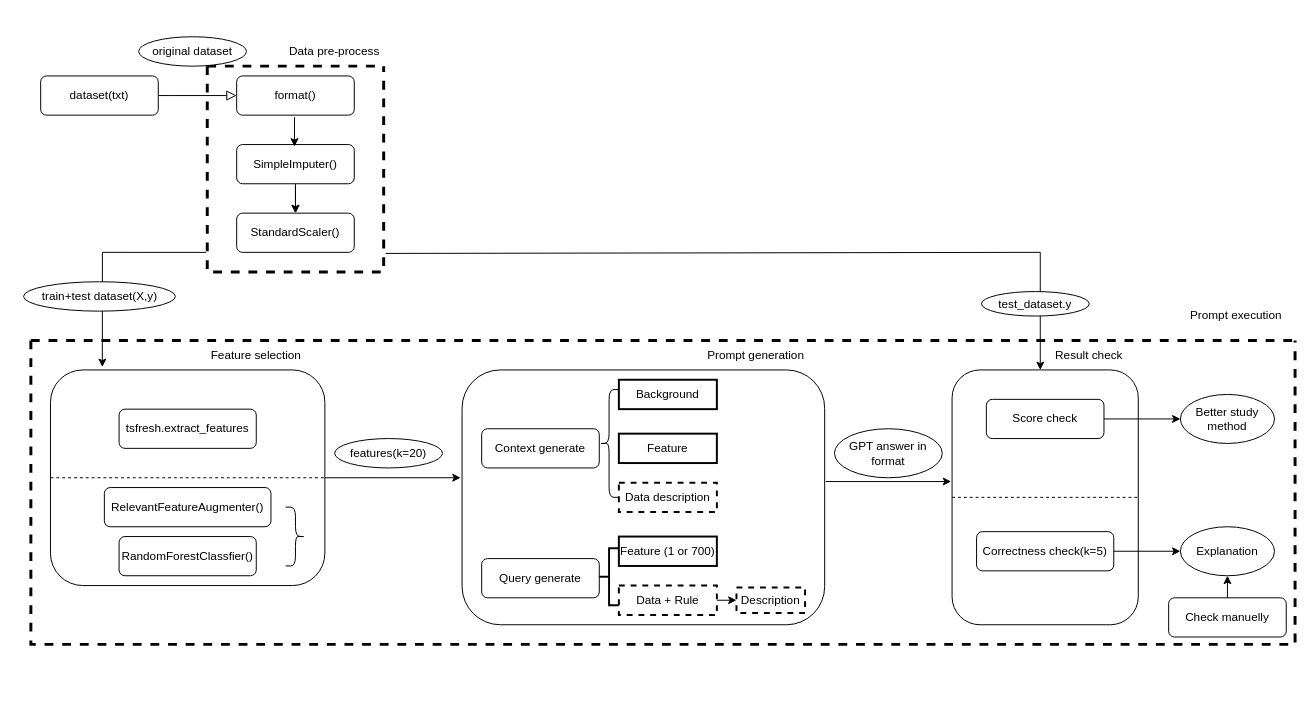
This is misc/pipeline/pipeline.drawio from lab992/Generate_explanations_for_classification_by_ChatGPT, a draw.io file, before an edit. Source tidied: cells renumbered, new cells numbered last; positions are measured from the earlier drawing's top-left corner, leaving out a move shared by most shapes. Both pictures are drawn from the tidied source at 98%, with x=0, y=0 at pixel (23, 36).
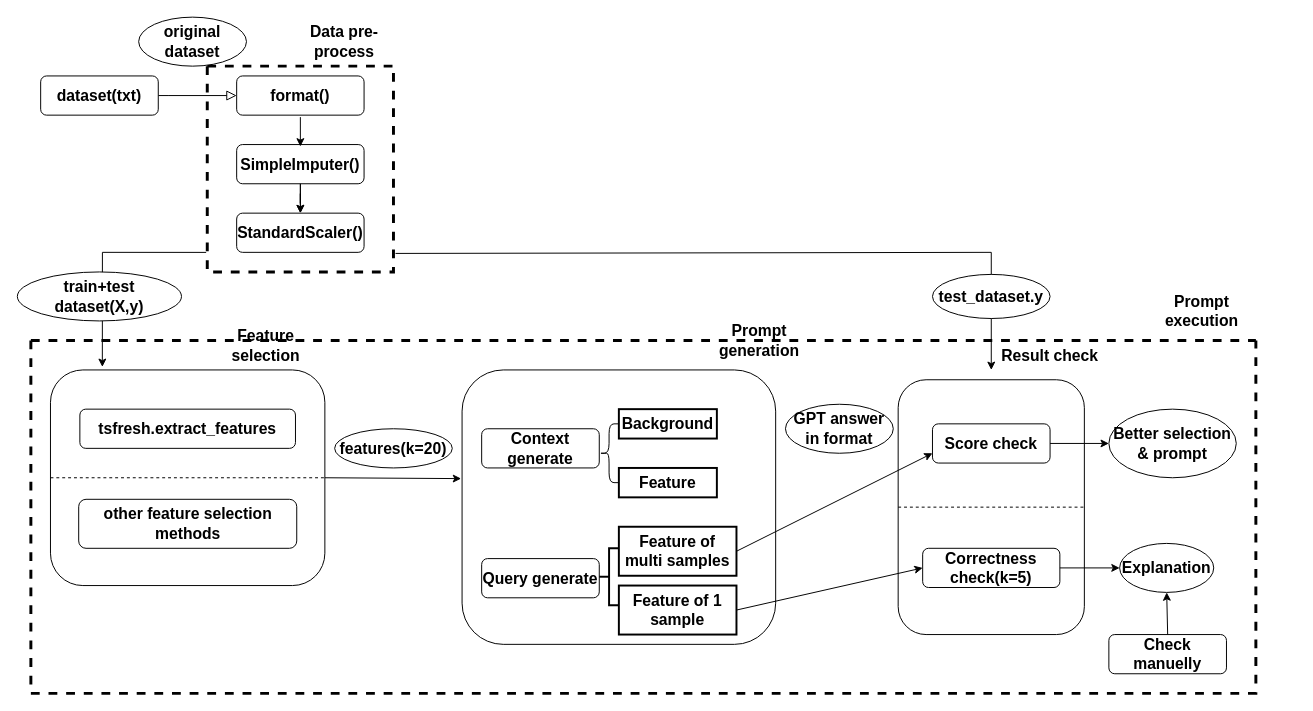
After the change.

The edit, as a diff of the source:
```diff
@@
-    <mxCell id="2" style="rounded=0;html=1;jettySize=auto;fontSize=11;endArrow=block;endFill=0;endSize=8;strokeWidth=1;shadow=0;labelBackgroundColor=none;edgeStyle=orthogonalEdgeStyle;exitX=1;exitY=0.5;exitDx=0;exitDy=0;entryX=0;entryY=0.5;entryDx=0;entryDy=0;" parent="1" edge="1" source="3" target="9">
+    <mxCell id="2" style="rounded=0;html=1;jettySize=auto;fontSize=16;endArrow=block;endFill=0;endSize=8;strokeWidth=1;shadow=0;labelBackgroundColor=none;edgeStyle=orthogonalEdgeStyle;exitX=1;exitY=0.5;exitDx=0;exitDy=0;entryX=0;entryY=0.5;entryDx=0;entryDy=0;fontStyle=1;" parent="1" edge="1" source="3" target="9">
       <mxGeometry relative="1" as="geometry">
         <Array as="points">
           <mxPoint x="148" y="60" />
           <mxPoint x="148" y="60" />
         </Array>
       </mxGeometry>
     </mxCell>
-    <mxCell id="3" value="dataset(txt)" style="rounded=1;whiteSpace=wrap;html=1;fontSize=12;glass=0;strokeWidth=1;shadow=0;" parent="1" vertex="1">
+    <mxCell id="3" value="dataset(txt)" style="rounded=1;whiteSpace=wrap;html=1;fontSize=16;glass=0;strokeWidth=1;shadow=0;fontStyle=1;" parent="1" vertex="1">
       <mxGeometry x="18" y="40" width="120" height="40" as="geometry" />
     </mxCell>
-    <mxCell id="4" style="edgeStyle=orthogonalEdgeStyle;rounded=0;jettySize=auto;html=1;" parent="1" edge="1" source="5" target="6">
+    <mxCell id="4" style="edgeStyle=orthogonalEdgeStyle;rounded=0;jettySize=auto;html=1;fontSize=16;fontStyle=1;" parent="1" edge="1" source="5" target="6">
       <mxGeometry relative="1" as="geometry" />
     </mxCell>
-    <mxCell id="5" value="SimpleImputer()" style="rounded=1;whiteSpace=wrap;html=1;fontSize=12;glass=0;strokeWidth=1;shadow=0;" parent="1" vertex="1">
-      <mxGeometry x="218" y="110" width="120" height="40" as="geometry" />
+    <mxCell id="5" value="SimpleImputer()" style="rounded=1;whiteSpace=wrap;html=1;fontSize=16;glass=0;strokeWidth=1;shadow=0;fontStyle=1;" parent="1" vertex="1">
+      <mxGeometry x="218" y="110" width="130" height="40" as="geometry" />
     </mxCell>
-    <mxCell id="6" value="StandardScaler()" style="rounded=1;whiteSpace=wrap;html=1;fontSize=12;glass=0;strokeWidth=1;shadow=0;" parent="1" vertex="1">
-      <mxGeometry x="218" y="180" width="120" height="40" as="geometry" />
+    <mxCell id="6" value="StandardScaler()" style="rounded=1;whiteSpace=wrap;html=1;fontSize=16;glass=0;strokeWidth=1;shadow=0;fontStyle=1;" parent="1" vertex="1">
+      <mxGeometry x="218" y="180" width="130" height="40" as="geometry" />
     </mxCell>
-    <mxCell id="7" style="endArrow=classic;html=1;rounded=0;exitX=0.5;exitY=1;exitDx=0;exitDy=0;entryX=0.5;entryY=0;entryDx=0;entryDy=0;" parent="1" edge="1" source="5" target="6">
+    <mxCell id="7" style="endArrow=classic;html=1;rounded=0;exitX=0.5;exitY=1;exitDx=0;exitDy=0;entryX=0.5;entryY=0;entryDx=0;entryDy=0;fontSize=16;fontStyle=1;" parent="1" edge="1" source="5" target="6">
       <mxGeometry relative="1" as="geometry" />
     </mxCell>
-    <mxCell id="8" style="swimlane;startSize=0;dashed=1;strokeWidth=3;" parent="1" vertex="1">
-      <mxGeometry x="188" y="30" width="180" height="210" as="geometry" />
+    <mxCell id="8" style="swimlane;startSize=0;dashed=1;strokeWidth=3;fontSize=16;fontStyle=1;" parent="1" vertex="1">
+      <mxGeometry x="188" y="30" width="190" height="210" as="geometry" />
     </mxCell>
-    <mxCell id="9" value="format()" style="rounded=1;whiteSpace=wrap;html=1;fontSize=12;glass=0;strokeWidth=1;shadow=0;" parent="8" vertex="1">
-      <mxGeometry x="30" y="10" width="120" height="40" as="geometry" />
+    <mxCell id="9" value="format()" style="rounded=1;whiteSpace=wrap;html=1;fontSize=16;glass=0;strokeWidth=1;shadow=0;fontStyle=1;" parent="8" vertex="1">
+      <mxGeometry x="30" y="10" width="130" height="40" as="geometry" />
     </mxCell>
-    <mxCell id="10" value="Data pre-process" style="text;html=1;strokeColor=none;fillColor=none;align=center;verticalAlign=middle;whiteSpace=wrap;rounded=0;" parent="1" vertex="1">
-      <mxGeometry x="258" width="120" height="30" as="geometry" />
+    <mxCell id="10" value="Data pre-process" style="text;html=1;strokeColor=none;fillColor=none;align=center;verticalAlign=middle;whiteSpace=wrap;rounded=0;fontSize=16;fontStyle=1;" parent="1" vertex="1">
+      <mxGeometry x="268" y="-10" width="120" height="30" as="geometry" />
     </mxCell>
-    <mxCell id="11" style="swimlane;startSize=0;dashed=1;strokeWidth=3;" parent="1" vertex="1">
-      <mxGeometry x="8" y="310" width="1290" height="310" as="geometry" />
+    <mxCell id="11" style="swimlane;startSize=0;dashed=1;strokeWidth=3;fontSize=16;fontStyle=1;" parent="1" vertex="1">
+      <mxGeometry x="8" y="310" width="1250" height="360" as="geometry" />
     </mxCell>
-    <mxCell id="12" style="rounded=1;whiteSpace=wrap;html=1;" parent="11" vertex="1">
+    <mxCell id="12" style="rounded=1;whiteSpace=wrap;html=1;fontSize=16;fontStyle=1;" parent="11" vertex="1">
       <mxGeometry x="20" y="30" width="280" height="220" as="geometry" />
     </mxCell>
-    <mxCell id="13" value="Feature selection" style="text;html=1;strokeColor=none;fillColor=none;align=center;verticalAlign=middle;whiteSpace=wrap;rounded=0;" parent="11" vertex="1">
-      <mxGeometry x="170" width="120" height="30" as="geometry" />
+    <mxCell id="13" value="Feature selection" style="text;html=1;strokeColor=none;fillColor=none;align=center;verticalAlign=middle;whiteSpace=wrap;rounded=0;fontSize=16;fontStyle=1;" parent="11" vertex="1">
+      <mxGeometry x="180" y="-10" width="120" height="30" as="geometry" />
     </mxCell>
-    <mxCell id="14" style="endArrow=none;dashed=1;html=1;rounded=0;exitX=0;exitY=0.5;exitDx=0;exitDy=0;entryX=1;entryY=0.5;entryDx=0;entryDy=0;" parent="11" edge="1" source="12" target="12">
+    <mxCell id="14" style="endArrow=none;dashed=1;html=1;rounded=0;exitX=0;exitY=0.5;exitDx=0;exitDy=0;entryX=1;entryY=0.5;entryDx=0;entryDy=0;fontSize=16;fontStyle=1;" parent="11" edge="1" source="12" target="12">
       <mxGeometry relative="1" as="geometry" />
     </mxCell>
-    <mxCell id="15" value="tsfresh.extract_features" style="rounded=1;whiteSpace=wrap;html=1;fontSize=12;glass=0;strokeWidth=1;shadow=0;" parent="11" vertex="1">
-      <mxGeometry x="90" y="70" width="140" height="40" as="geometry" />
+    <mxCell id="15" value="tsfresh.extract_features" style="rounded=1;whiteSpace=wrap;html=1;fontSize=16;glass=0;strokeWidth=1;shadow=0;fontStyle=1;" parent="11" vertex="1">
+      <mxGeometry x="50" y="70" width="220" height="40" as="geometry" />
     </mxCell>
-    <mxCell id="16" value="RelevantFeatureAugmenter()" style="rounded=1;whiteSpace=wrap;html=1;fontSize=12;glass=0;strokeWidth=1;shadow=0;" parent="11" vertex="1">
-      <mxGeometry x="75" y="150" width="170" height="40" as="geometry" />
+    <mxCell id="16" value="other feature selection methods" style="rounded=1;whiteSpace=wrap;html=1;fontSize=16;glass=0;strokeWidth=1;shadow=0;fontStyle=1;" parent="11" vertex="1">
+      <mxGeometry x="48.8" y="162" width="222.5" height="50" as="geometry" />
     </mxCell>
-    <mxCell id="17" value="RandomForestClassfier()" style="rounded=1;whiteSpace=wrap;html=1;fontSize=12;glass=0;strokeWidth=1;shadow=0;" parent="11" vertex="1">
-      <mxGeometry x="90" y="200" width="140" height="40" as="geometry" />
-    </mxCell>
-    <mxCell id="18" style="shape=curlyBracket;whiteSpace=wrap;html=1;rounded=1;flipH=1;labelPosition=right;verticalLabelPosition=middle;align=left;verticalAlign=middle;" parent="11" vertex="1">
-      <mxGeometry x="260" y="170" width="20" height="60" as="geometry" />
-    </mxCell>
-    <mxCell id="19" style="rounded=1;whiteSpace=wrap;html=1;" parent="11" vertex="1">
-      <mxGeometry x="440" y="30" width="370" height="260" as="geometry" />
+    <mxCell id="19" style="rounded=1;whiteSpace=wrap;html=1;fontSize=16;fontStyle=1;" parent="11" vertex="1">
+      <mxGeometry x="440" y="30" width="320" height="280" as="geometry" />
     </mxCell>
-    <mxCell id="20" value="features(k=20)" style="ellipse;whiteSpace=wrap;html=1;" parent="11" vertex="1">
-      <mxGeometry x="310" y="100" width="110" height="30" as="geometry" />
+    <mxCell id="20" value="features(k=20)" style="ellipse;whiteSpace=wrap;html=1;fontSize=16;fontStyle=1;" parent="11" vertex="1">
+      <mxGeometry x="310" y="90" width="120" height="40" as="geometry" />
     </mxCell>
-    <mxCell id="21" style="endArrow=classic;html=1;rounded=0;exitX=1;exitY=0.5;exitDx=0;exitDy=0;entryX=-0.004;entryY=0.423;entryDx=0;entryDy=0;entryPerimeter=0;" parent="11" edge="1" source="12" target="19">
+    <mxCell id="21" style="endArrow=classic;html=1;rounded=0;exitX=1;exitY=0.5;exitDx=0;exitDy=0;entryX=-0.003;entryY=0.396;entryDx=0;entryDy=0;entryPerimeter=0;fontSize=16;fontStyle=1;" parent="11" edge="1" source="12" target="19">
       <mxGeometry relative="1" as="geometry" />
     </mxCell>
-    <mxCell id="22" value="Prompt generation" style="text;html=1;strokeColor=none;fillColor=none;align=center;verticalAlign=middle;whiteSpace=wrap;rounded=0;" parent="11" vertex="1">
-      <mxGeometry x="680" width="120" height="30" as="geometry" />
+    <mxCell id="22" value="Prompt generation" style="text;html=1;strokeColor=none;fillColor=none;align=center;verticalAlign=middle;whiteSpace=wrap;rounded=0;fontSize=16;fontStyle=1;" parent="11" vertex="1">
+      <mxGeometry x="680" y="-20" width="127" height="40" as="geometry" />
     </mxCell>
-    <mxCell id="23" value="Context generate" style="rounded=1;whiteSpace=wrap;html=1;fontSize=12;glass=0;strokeWidth=1;shadow=0;" parent="11" vertex="1">
+    <mxCell id="23" value="Context generate" style="rounded=1;whiteSpace=wrap;html=1;fontSize=16;glass=0;strokeWidth=1;shadow=0;fontStyle=1;" parent="11" vertex="1">
       <mxGeometry x="460" y="90" width="120" height="40" as="geometry" />
     </mxCell>
-    <mxCell id="24" value="Query generate" style="rounded=1;whiteSpace=wrap;html=1;fontSize=12;glass=0;strokeWidth=1;shadow=0;" parent="11" vertex="1">
+    <mxCell id="24" value="Query generate" style="rounded=1;whiteSpace=wrap;html=1;fontSize=16;glass=0;strokeWidth=1;shadow=0;fontStyle=1;" parent="11" vertex="1">
       <mxGeometry x="460" y="222.5" width="120" height="40" as="geometry" />
     </mxCell>
-    <mxCell id="25" value="Background" style="whiteSpace=wrap;html=1;align=center;strokeWidth=2;" parent="11" vertex="1">
-      <mxGeometry x="600" y="40" width="100" height="30" as="geometry" />
+    <mxCell id="25" value="Background" style="whiteSpace=wrap;html=1;align=center;strokeWidth=2;fontSize=16;fontStyle=1;" parent="11" vertex="1">
+      <mxGeometry x="600" y="70" width="100" height="30" as="geometry" />
     </mxCell>
-    <mxCell id="26" value="Feature" style="whiteSpace=wrap;html=1;align=center;strokeWidth=2;" parent="11" vertex="1">
-      <mxGeometry x="600" y="95" width="100" height="30" as="geometry" />
+    <mxCell id="26" value="Feature" style="whiteSpace=wrap;html=1;align=center;strokeWidth=2;fontSize=16;fontStyle=1;" parent="11" vertex="1">
+      <mxGeometry x="600" y="130" width="100" height="30" as="geometry" />
     </mxCell>
-    <mxCell id="27" value="Feature (1 or 700)" style="whiteSpace=wrap;html=1;align=center;strokeWidth=2;" parent="11" vertex="1">
-      <mxGeometry x="600" y="200" width="100" height="30" as="geometry" />
+    <mxCell id="27" value="Feature of multi samples" style="whiteSpace=wrap;html=1;align=center;strokeWidth=2;fontSize=16;fontStyle=1;" parent="11" vertex="1">
+      <mxGeometry x="600" y="190" width="120" height="50" as="geometry" />
     </mxCell>
-    <mxCell id="28" style="shape=curlyBracket;whiteSpace=wrap;html=1;rounded=1;labelPosition=left;verticalLabelPosition=middle;align=right;verticalAlign=middle;" parent="11" vertex="1">
-      <mxGeometry x="580" y="50" width="20" height="110" as="geometry" />
+    <mxCell id="28" style="shape=curlyBracket;whiteSpace=wrap;html=1;rounded=1;labelPosition=left;verticalLabelPosition=middle;align=right;verticalAlign=middle;fontSize=16;fontStyle=1;" parent="11" vertex="1">
+      <mxGeometry x="580" y="85" width="20" height="60" as="geometry" />
     </mxCell>
-    <mxCell id="29" value="Data description" style="whiteSpace=wrap;html=1;align=center;strokeWidth=2;dashed=1;" parent="11" vertex="1">
-      <mxGeometry x="600" y="145" width="100" height="30" as="geometry" />
-    </mxCell>
-    <mxCell id="30" style="strokeWidth=2;html=1;shape=mxgraph.flowchart.annotation_2;align=left;labelPosition=right;" parent="11" vertex="1">
+    <mxCell id="30" style="strokeWidth=2;html=1;shape=mxgraph.flowchart.annotation_2;align=left;labelPosition=right;fontSize=16;fontStyle=1;" parent="11" vertex="1">
       <mxGeometry x="580" y="212" width="20" height="58" as="geometry" />
     </mxCell>
-    <mxCell id="31" value="Data + Rule" style="whiteSpace=wrap;html=1;align=center;strokeWidth=2;dashed=1;" parent="11" vertex="1">
-      <mxGeometry x="600" y="250" width="100" height="30" as="geometry" />
-    </mxCell>
-    <mxCell id="32" value="Description" style="whiteSpace=wrap;html=1;align=center;strokeWidth=2;dashed=1;" parent="11" vertex="1">
-      <mxGeometry x="720" y="252" width="70" height="26" as="geometry" />
-    </mxCell>
-    <mxCell id="33" style="endArrow=classic;html=1;rounded=0;exitX=1;exitY=0.5;exitDx=0;exitDy=0;entryX=0;entryY=0.5;entryDx=0;entryDy=0;" parent="11" edge="1" source="31" target="32">
-      <mxGeometry relative="1" as="geometry" />
-    </mxCell>
-    <mxCell id="34" style="rounded=1;whiteSpace=wrap;html=1;" parent="11" vertex="1">
-      <mxGeometry x="940" y="30" width="190" height="260" as="geometry" />
+    <mxCell id="34" style="rounded=1;whiteSpace=wrap;html=1;fontSize=16;fontStyle=1;" parent="11" vertex="1">
+      <mxGeometry x="885" y="40" width="190" height="260" as="geometry" />
     </mxCell>
-    <mxCell id="35" style="endArrow=classic;html=1;rounded=0;exitX=1.003;exitY=0.438;exitDx=0;exitDy=0;exitPerimeter=0;entryX=-0.005;entryY=0.438;entryDx=0;entryDy=0;entryPerimeter=0;" parent="11" edge="1" source="19" target="34">
+    <mxCell id="35" style="endArrow=classic;html=1;rounded=0;exitX=1;exitY=0.5;exitDx=0;exitDy=0;entryX=0;entryY=0.75;entryDx=0;entryDy=0;fontSize=16;fontStyle=1;" parent="11" edge="1" source="27" target="37">
       <mxGeometry relative="1" as="geometry" />
     </mxCell>
-    <mxCell id="36" value="GPT answer in format" style="ellipse;whiteSpace=wrap;html=1;" parent="11" vertex="1">
-      <mxGeometry x="820" y="90" width="110" height="50" as="geometry" />
+    <mxCell id="36" value="GPT answer in format" style="ellipse;whiteSpace=wrap;html=1;fontSize=16;fontStyle=1;" parent="11" vertex="1">
+      <mxGeometry x="770" y="65" width="110" height="50" as="geometry" />
     </mxCell>
-    <mxCell id="37" value="Score check" style="rounded=1;whiteSpace=wrap;html=1;fontSize=12;glass=0;strokeWidth=1;shadow=0;" parent="11" vertex="1">
-      <mxGeometry x="975" y="60" width="120" height="40" as="geometry" />
+    <mxCell id="37" value="Score check" style="rounded=1;whiteSpace=wrap;html=1;fontSize=16;glass=0;strokeWidth=1;shadow=0;fontStyle=1;" parent="11" vertex="1">
+      <mxGeometry x="920" y="85" width="120" height="40" as="geometry" />
     </mxCell>
-    <mxCell id="38" value="Correctness check(k=5)" style="rounded=1;whiteSpace=wrap;html=1;fontSize=12;glass=0;strokeWidth=1;shadow=0;" parent="11" vertex="1">
-      <mxGeometry x="965" y="195" width="140" height="40" as="geometry" />
+    <mxCell id="38" value="Correctness check(k=5)" style="rounded=1;whiteSpace=wrap;html=1;fontSize=16;glass=0;strokeWidth=1;shadow=0;fontStyle=1;" parent="11" vertex="1">
+      <mxGeometry x="910" y="212" width="140" height="40" as="geometry" />
     </mxCell>
-    <mxCell id="39" value="Better study method" style="ellipse;whiteSpace=wrap;html=1;" parent="11" vertex="1">
-      <mxGeometry x="1173" y="55" width="96" height="50" as="geometry" />
+    <mxCell id="39" value="Better selection &amp;amp; prompt" style="ellipse;whiteSpace=wrap;html=1;fontSize=16;fontStyle=1;" parent="11" vertex="1">
+      <mxGeometry x="1100" y="70" width="130" height="70" as="geometry" />
     </mxCell>
-    <mxCell id="40" style="endArrow=classic;html=1;rounded=0;exitX=1;exitY=0.5;exitDx=0;exitDy=0;entryX=0;entryY=0.5;entryDx=0;entryDy=0;" parent="11" edge="1" source="37" target="39">
+    <mxCell id="40" style="endArrow=classic;html=1;rounded=0;exitX=1;exitY=0.5;exitDx=0;exitDy=0;entryX=0;entryY=0.5;entryDx=0;entryDy=0;fontSize=16;fontStyle=1;" parent="11" edge="1" source="37" target="39">
       <mxGeometry relative="1" as="geometry" />
     </mxCell>
-    <mxCell id="41" value="Result check" style="text;html=1;strokeColor=none;fillColor=none;align=center;verticalAlign=middle;whiteSpace=wrap;rounded=0;" parent="11" vertex="1">
-      <mxGeometry x="1020" width="120" height="30" as="geometry" />
+    <mxCell id="41" value="Result check" style="text;html=1;strokeColor=none;fillColor=none;align=center;verticalAlign=middle;whiteSpace=wrap;rounded=0;fontSize=16;fontStyle=1;" parent="11" vertex="1">
+      <mxGeometry x="980" width="120" height="30" as="geometry" />
     </mxCell>
-    <mxCell id="42" style="endArrow=none;dashed=1;html=1;rounded=0;exitX=0;exitY=0.5;exitDx=0;exitDy=0;entryX=1;entryY=0.5;entryDx=0;entryDy=0;" parent="11" edge="1" source="34" target="34">
+    <mxCell id="42" style="endArrow=none;dashed=1;html=1;rounded=0;exitX=0;exitY=0.5;exitDx=0;exitDy=0;entryX=1;entryY=0.5;entryDx=0;entryDy=0;fontSize=16;fontStyle=1;" parent="11" edge="1" source="34" target="34">
       <mxGeometry relative="1" as="geometry" />
     </mxCell>
-    <mxCell id="43" value="Explanation" style="ellipse;whiteSpace=wrap;html=1;" parent="11" vertex="1">
-      <mxGeometry x="1173" y="190" width="96" height="50" as="geometry" />
+    <mxCell id="43" value="Explanation" style="ellipse;whiteSpace=wrap;html=1;fontSize=16;fontStyle=1;" parent="11" vertex="1">
+      <mxGeometry x="1111" y="207" width="96" height="50" as="geometry" />
     </mxCell>
-    <mxCell id="44" style="endArrow=classic;html=1;rounded=0;exitX=1;exitY=0.5;exitDx=0;exitDy=0;" parent="11" edge="1" source="38" target="43">
+    <mxCell id="44" style="endArrow=classic;html=1;rounded=0;exitX=1;exitY=0.5;exitDx=0;exitDy=0;fontSize=16;fontStyle=1;" parent="11" edge="1" source="38" target="43">
       <mxGeometry relative="1" as="geometry" />
     </mxCell>
-    <mxCell id="45" value="Check manuelly" style="rounded=1;whiteSpace=wrap;html=1;fontSize=12;glass=0;strokeWidth=1;shadow=0;" parent="11" vertex="1">
-      <mxGeometry x="1161" y="262.5" width="120" height="40" as="geometry" />
+    <mxCell id="45" value="Check manuelly" style="rounded=1;whiteSpace=wrap;html=1;fontSize=16;glass=0;strokeWidth=1;shadow=0;fontStyle=1;" parent="11" vertex="1">
+      <mxGeometry x="1100" y="300" width="120" height="40" as="geometry" />
     </mxCell>
-    <mxCell id="46" style="endArrow=classic;html=1;rounded=0;entryX=0.5;entryY=1;entryDx=0;entryDy=0;exitX=0.5;exitY=0;exitDx=0;exitDy=0;" parent="11" edge="1" source="45" target="43">
+    <mxCell id="46" style="endArrow=classic;html=1;rounded=0;entryX=0.5;entryY=1;entryDx=0;entryDy=0;exitX=0.5;exitY=0;exitDx=0;exitDy=0;fontSize=16;fontStyle=1;" parent="11" edge="1" source="45" target="43">
       <mxGeometry relative="1" as="geometry" />
     </mxCell>
+    <mxCell id="54" value="Feature of 1 sample" style="whiteSpace=wrap;html=1;align=center;strokeWidth=2;fontSize=16;fontStyle=1;" parent="11" vertex="1">
+      <mxGeometry x="600" y="250" width="120" height="50" as="geometry" />
+    </mxCell>
+    <mxCell id="55" style="endArrow=classic;html=1;rounded=0;exitX=1;exitY=0.5;exitDx=0;exitDy=0;entryX=0;entryY=0.5;entryDx=0;entryDy=0;" parent="11" edge="1" source="54" target="38">
+      <mxGeometry relative="1" as="geometry" />
+    </mxCell>
-    <mxCell id="47" style="edgeStyle=orthogonalEdgeStyle;rounded=0;orthogonalLoop=1;jettySize=auto;html=1;" parent="1" edge="1">
+    <mxCell id="47" style="edgeStyle=orthogonalEdgeStyle;rounded=0;orthogonalLoop=1;jettySize=auto;html=1;fontSize=16;fontStyle=1;" parent="1" edge="1">
       <mxGeometry relative="1" as="geometry">
-        <mxPoint x="277" y="82" as="sourcePoint" />
-        <mxPoint x="277" y="112" as="targetPoint" />
+        <mxPoint x="283" y="82" as="sourcePoint" />
+        <mxPoint x="283" y="112" as="targetPoint" />
       </mxGeometry>
     </mxCell>
-    <mxCell id="48" style="endArrow=classic;html=1;rounded=0;exitX=-0.006;exitY=0.905;exitDx=0;exitDy=0;entryX=0.189;entryY=-0.014;entryDx=0;entryDy=0;entryPerimeter=0;exitPerimeter=0;" parent="1" edge="1" source="8" target="12">
+    <mxCell id="48" style="endArrow=classic;html=1;rounded=0;exitX=-0.006;exitY=0.905;exitDx=0;exitDy=0;entryX=0.189;entryY=-0.014;entryDx=0;entryDy=0;entryPerimeter=0;exitPerimeter=0;fontSize=16;fontStyle=1;" parent="1" edge="1" source="8" target="12">
       <mxGeometry relative="1" as="geometry">
         <Array as="points">
           <mxPoint x="81" y="220" />
         </Array>
       </mxGeometry>
     </mxCell>
-    <mxCell id="49" value="Prompt execution" style="text;html=1;strokeColor=none;fillColor=none;align=center;verticalAlign=middle;whiteSpace=wrap;rounded=0;" parent="1" vertex="1">
-      <mxGeometry x="1178" y="270" width="120" height="30" as="geometry" />
+    <mxCell id="49" value="Prompt execution" style="text;html=1;strokeColor=none;fillColor=none;align=center;verticalAlign=middle;whiteSpace=wrap;rounded=0;fontSize=16;fontStyle=1;" parent="1" vertex="1">
+      <mxGeometry x="1138" y="260" width="130" height="40" as="geometry" />
     </mxCell>
-    <mxCell id="50" value="original dataset" style="ellipse;whiteSpace=wrap;html=1;" parent="1" vertex="1">
-      <mxGeometry x="118" width="110" height="30" as="geometry" />
+    <mxCell id="50" value="original dataset" style="ellipse;whiteSpace=wrap;html=1;fontSize=16;fontStyle=1;" parent="1" vertex="1">
+      <mxGeometry x="118" y="-20" width="110" height="50" as="geometry" />
     </mxCell>
-    <mxCell id="51" value="train+test dataset(X,y)" style="ellipse;whiteSpace=wrap;html=1;" parent="1" vertex="1">
-      <mxGeometry x="0.5" y="250" width="155" height="30" as="geometry" />
+    <mxCell id="51" value="train+test dataset(X,y)" style="ellipse;whiteSpace=wrap;html=1;fontSize=16;fontStyle=1;" parent="1" vertex="1">
+      <mxGeometry x="-5.8" y="240" width="167.5" height="50" as="geometry" />
     </mxCell>
-    <mxCell id="52" style="endArrow=classic;html=1;rounded=0;exitX=1.011;exitY=0.91;exitDx=0;exitDy=0;exitPerimeter=0;" parent="1" edge="1" source="8">
+    <mxCell id="52" style="endArrow=classic;html=1;rounded=0;exitX=1.011;exitY=0.91;exitDx=0;exitDy=0;exitPerimeter=0;fontSize=16;fontStyle=1;" parent="1" edge="1" source="8">
       <mxGeometry relative="1" as="geometry">
-        <mxPoint x="1038" y="340" as="targetPoint" />
+        <mxPoint x="988" y="340" as="targetPoint" />
         <Array as="points">
-          <mxPoint x="1038" y="220" />
+          <mxPoint x="988" y="220" />
         </Array>
       </mxGeometry>
     </mxCell>
-    <mxCell id="53" value="test_dataset.y" style="ellipse;whiteSpace=wrap;html=1;" parent="1" vertex="1">
-      <mxGeometry x="978" y="260" width="110" height="25" as="geometry" />
+    <mxCell id="53" value="test_dataset.y" style="ellipse;whiteSpace=wrap;html=1;fontSize=16;fontStyle=1;" parent="1" vertex="1">
+      <mxGeometry x="928" y="242.5" width="120" height="45" as="geometry" />
     </mxCell>
```
